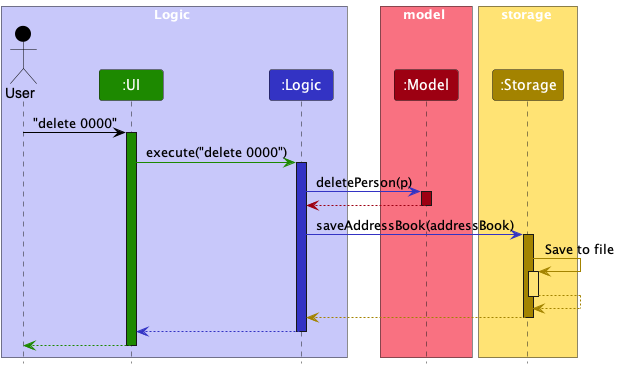
This is docs/images/ArchitectureSequenceDiagram.png from Emberlynn-Loo/tp, a PlantUML export, as it was before one commit.
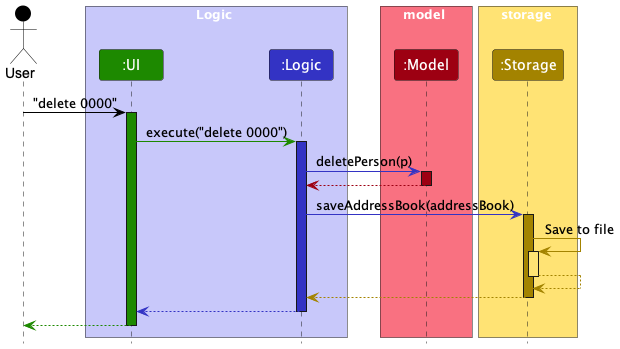
Above is the later version.

Diff of the diagram source:
```diff
@@ -2,8 +2,8 @@
 !include style.puml
 skinparam ArrowFontStyle plain
 
+Actor User as user USER_COLOR
 box Logic LOGIC_COLOR_T1
-Actor User as user USER_COLOR
 Participant ":UI" as ui UI_COLOR
 Participant ":Logic" as logic LOGIC_COLOR
 end box
```
